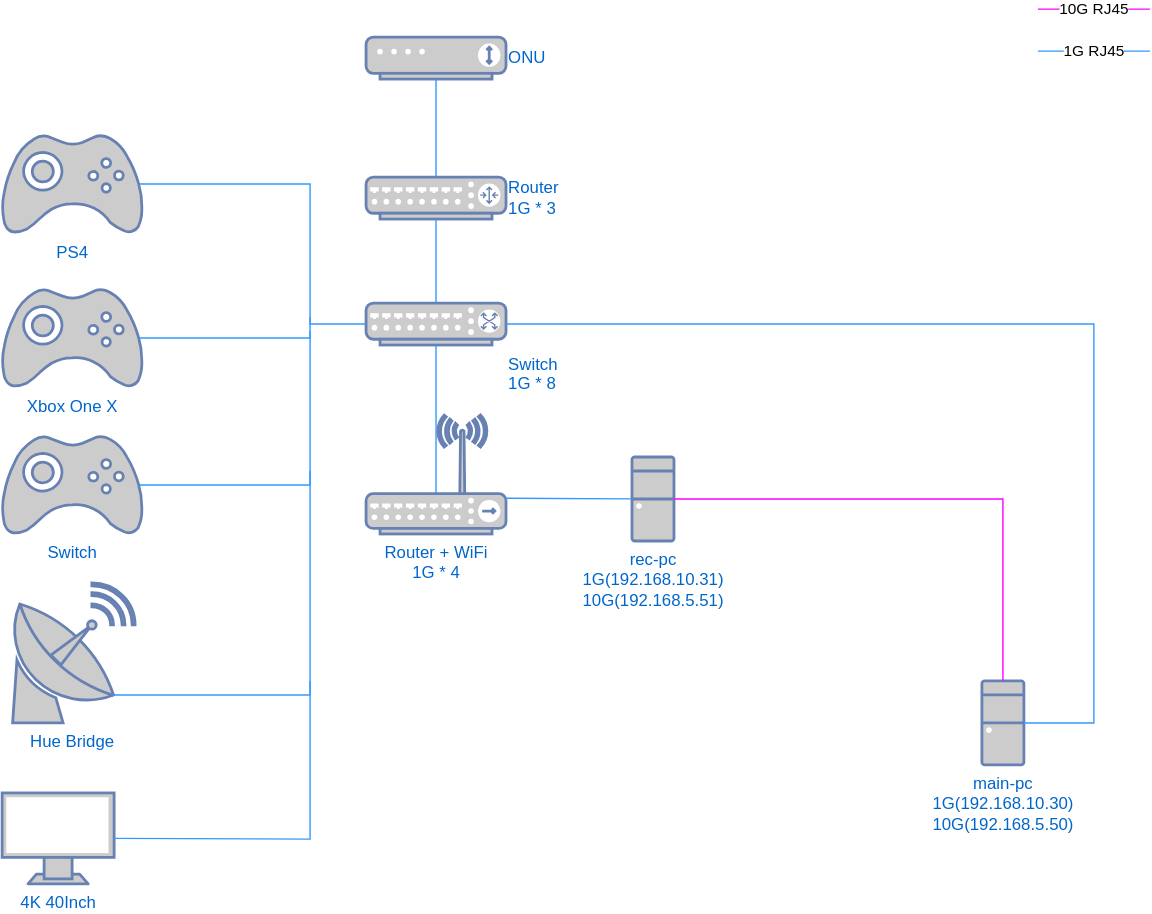
Before: network.drawio.svg, a diagram exported from draw.io (MeilCli/device-diagram). Source tidied: cells renumbered, new cells last; positions are measured from the earlier drawing's top-left corner, leaving out a move shared by most shapes. The source it was exported from:
```xml
<mxGraphModel>
  <root>
    <mxCell id="0" />
    <mxCell id="1" parent="0" />
    <mxCell id="2" value="main-pc&lt;br&gt;1G(192.168.10.30)&lt;br&gt;10G(192.168.5.50)" style="fontColor=#0066CC;verticalAlign=top;verticalLabelPosition=bottom;labelPosition=center;align=center;html=1;outlineConnect=0;fillColor=#CCCCCC;strokeColor=#6881B3;gradientColor=none;gradientDirection=north;strokeWidth=2;shape=mxgraph.networks.desktop_pc;" parent="1" vertex="1">
      <mxGeometry x="700" y="480" width="30" height="60" as="geometry" />
    </mxCell>
    <mxCell id="3" value="rec-pc&lt;br&gt;1G(192.168.10.31)&lt;br&gt;10G(192.168.5.51)" style="fontColor=#0066CC;verticalAlign=top;verticalLabelPosition=bottom;labelPosition=center;align=center;html=1;outlineConnect=0;fillColor=#CCCCCC;strokeColor=#6881B3;gradientColor=none;gradientDirection=north;strokeWidth=2;shape=mxgraph.networks.desktop_pc;" parent="1" vertex="1">
      <mxGeometry x="450" y="320" width="30" height="60" as="geometry" />
    </mxCell>
    <mxCell id="4" style="endArrow=none;html=1;strokeColor=#FF00FF;exitX=0.5;exitY=0;exitDx=0;exitDy=0;exitPerimeter=0;rounded=0;" parent="1" edge="1" source="2" target="3">
      <mxGeometry relative="1" as="geometry">
        <Array as="points">
          <mxPoint x="715" y="350" />
        </Array>
      </mxGeometry>
    </mxCell>
    <mxCell id="5" value="ONU" style="fontColor=#0066CC;verticalAlign=middle;verticalLabelPosition=middle;labelPosition=right;align=left;html=1;outlineConnect=0;fillColor=#CCCCCC;strokeColor=#6881B3;gradientColor=none;gradientDirection=north;strokeWidth=2;shape=mxgraph.networks.modem;" parent="1" vertex="1">
      <mxGeometry x="260" y="20" width="100" height="30" as="geometry" />
    </mxCell>
    <mxCell id="6" value="Router&lt;br&gt;1G * 3" style="fontColor=#0066CC;verticalAlign=middle;verticalLabelPosition=middle;labelPosition=right;align=left;html=1;outlineConnect=0;fillColor=#CCCCCC;strokeColor=#6881B3;gradientColor=none;gradientDirection=north;strokeWidth=2;shape=mxgraph.networks.router;" parent="1" vertex="1">
      <mxGeometry x="260" y="120" width="100" height="30" as="geometry" />
    </mxCell>
    <mxCell id="7" value="Switch&lt;br&gt;1G * 8" style="fontColor=#0066CC;verticalAlign=top;verticalLabelPosition=bottom;labelPosition=right;align=left;html=1;outlineConnect=0;fillColor=#CCCCCC;strokeColor=#6881B3;gradientColor=none;gradientDirection=north;strokeWidth=2;shape=mxgraph.networks.switch;" parent="1" vertex="1">
      <mxGeometry x="260" y="210" width="100" height="30" as="geometry" />
    </mxCell>
    <mxCell id="8" style="endArrow=none;html=1;rounded=0;strokeColor=#3399FF;" parent="1" edge="1" source="6" target="5">
      <mxGeometry relative="1" as="geometry" />
    </mxCell>
    <mxCell id="9" style="endArrow=none;html=1;rounded=0;strokeColor=#3399FF;exitX=0.5;exitY=1;exitDx=0;exitDy=0;exitPerimeter=0;entryX=0.5;entryY=0;entryDx=0;entryDy=0;entryPerimeter=0;" parent="1" edge="1" source="6" target="7">
      <mxGeometry relative="1" as="geometry" />
    </mxCell>
    <mxCell id="10" style="endArrow=none;html=1;rounded=0;strokeColor=#3399FF;entryX=0.5;entryY=1;entryDx=0;entryDy=0;entryPerimeter=0;exitX=0.5;exitY=1;exitDx=0;exitDy=0;exitPerimeter=0;" parent="1" edge="1" source="11" target="7">
      <mxGeometry relative="1" as="geometry" />
    </mxCell>
    <mxCell id="11" value="Router + WiFi&lt;br&gt;1G * 4" style="fontColor=#0066CC;verticalAlign=top;verticalLabelPosition=bottom;labelPosition=center;align=center;html=1;outlineConnect=0;fillColor=#CCCCCC;strokeColor=#6881B3;gradientColor=none;gradientDirection=north;strokeWidth=2;shape=mxgraph.networks.wireless_hub;" parent="1" vertex="1">
      <mxGeometry x="260" y="290" width="100" height="85" as="geometry" />
    </mxCell>
    <mxCell id="12" style="endArrow=none;html=1;rounded=0;strokeColor=#3399FF;exitX=1;exitY=0.7;exitDx=0;exitDy=0;exitPerimeter=0;" parent="1" edge="1" source="11" target="3">
      <mxGeometry relative="1" as="geometry" />
    </mxCell>
    <mxCell id="13" value="10G RJ45" style="endArrow=none;html=1;rounded=0;strokeColor=#FF00FF;" parent="1" edge="1">
      <mxGeometry relative="1" as="geometry">
        <mxPoint x="740" as="sourcePoint" />
        <mxPoint x="820" as="targetPoint" />
      </mxGeometry>
    </mxCell>
    <mxCell id="14" value="1G RJ45" style="endArrow=none;html=1;rounded=0;strokeColor=#3399FF;" parent="1" edge="1">
      <mxGeometry relative="1" as="geometry">
        <mxPoint x="740" y="30" as="sourcePoint" />
        <mxPoint x="820" y="30" as="targetPoint" />
      </mxGeometry>
    </mxCell>
    <mxCell id="15" style="endArrow=none;html=1;rounded=0;strokeColor=#3399FF;entryX=1;entryY=0.5;entryDx=0;entryDy=0;entryPerimeter=0;exitX=1;exitY=0.5;exitDx=0;exitDy=0;exitPerimeter=0;" parent="1" edge="1" source="2" target="7">
      <mxGeometry relative="1" as="geometry">
        <Array as="points">
          <mxPoint x="780" y="510" />
          <mxPoint x="780" y="225" />
        </Array>
      </mxGeometry>
    </mxCell>
    <mxCell id="16" value="PS4" style="fontColor=#0066CC;verticalAlign=top;verticalLabelPosition=bottom;labelPosition=center;align=center;html=1;outlineConnect=0;fillColor=#CCCCCC;strokeColor=#6881B3;gradientColor=none;gradientDirection=north;strokeWidth=2;shape=mxgraph.networks.gamepad;" parent="1" vertex="1">
      <mxGeometry y="90" width="100" height="70" as="geometry" />
    </mxCell>
    <mxCell id="17" value="Xbox One X" style="fontColor=#0066CC;verticalAlign=top;verticalLabelPosition=bottom;labelPosition=center;align=center;html=1;outlineConnect=0;fillColor=#CCCCCC;strokeColor=#6881B3;gradientColor=none;gradientDirection=north;strokeWidth=2;shape=mxgraph.networks.gamepad;" parent="1" vertex="1">
      <mxGeometry y="200" width="100" height="70" as="geometry" />
    </mxCell>
    <mxCell id="18" value="Switch" style="fontColor=#0066CC;verticalAlign=top;verticalLabelPosition=bottom;labelPosition=center;align=center;html=1;outlineConnect=0;fillColor=#CCCCCC;strokeColor=#6881B3;gradientColor=none;gradientDirection=north;strokeWidth=2;shape=mxgraph.networks.gamepad;" parent="1" vertex="1">
      <mxGeometry y="305" width="100" height="70" as="geometry" />
    </mxCell>
    <mxCell id="19" style="endArrow=none;html=1;rounded=0;strokeColor=#3399FF;entryX=0.98;entryY=0.5;entryDx=0;entryDy=0;entryPerimeter=0;exitX=0;exitY=0.5;exitDx=0;exitDy=0;exitPerimeter=0;" parent="1" edge="1" source="7" target="16">
      <mxGeometry relative="1" as="geometry">
        <Array as="points">
          <mxPoint x="220" y="225" />
          <mxPoint x="220" y="125" />
        </Array>
      </mxGeometry>
    </mxCell>
    <mxCell id="20" style="endArrow=none;html=1;rounded=0;strokeColor=#3399FF;exitX=0.98;exitY=0.5;exitDx=0;exitDy=0;exitPerimeter=0;" parent="1" edge="1" source="17">
      <mxGeometry relative="1" as="geometry">
        <mxPoint x="220" y="220" as="targetPoint" />
        <Array as="points">
          <mxPoint x="220" y="235" />
        </Array>
      </mxGeometry>
    </mxCell>
    <mxCell id="21" style="endArrow=none;html=1;rounded=0;strokeColor=#3399FF;exitX=0.98;exitY=0.5;exitDx=0;exitDy=0;exitPerimeter=0;" parent="1" edge="1" source="18">
      <mxGeometry relative="1" as="geometry">
        <mxPoint x="220" y="230" as="targetPoint" />
        <Array as="points">
          <mxPoint x="220" y="340" />
        </Array>
      </mxGeometry>
    </mxCell>
    <mxCell id="22" value="Hue Bridge" style="fontColor=#0066CC;verticalAlign=top;verticalLabelPosition=bottom;labelPosition=center;align=center;html=1;outlineConnect=0;fillColor=#CCCCCC;strokeColor=#6881B3;gradientColor=none;gradientDirection=north;strokeWidth=2;shape=mxgraph.networks.satellite_dish;" parent="1" vertex="1">
      <mxGeometry x="5" y="410" width="90" height="100" as="geometry" />
    </mxCell>
    <mxCell id="23" style="endArrow=none;html=1;rounded=0;strokeColor=#3399FF;exitX=0.83;exitY=0.8;exitDx=0;exitDy=0;exitPerimeter=0;" parent="1" edge="1" source="22">
      <mxGeometry relative="1" as="geometry">
        <mxPoint x="220" y="330" as="targetPoint" />
        <Array as="points">
          <mxPoint x="220" y="490" />
        </Array>
      </mxGeometry>
    </mxCell>
    <mxCell id="24" value="4K 40Inch" style="fontColor=#0066CC;verticalAlign=top;verticalLabelPosition=bottom;labelPosition=center;align=center;html=1;outlineConnect=0;fillColor=#CCCCCC;strokeColor=#6881B3;gradientColor=none;gradientDirection=north;strokeWidth=2;shape=mxgraph.networks.monitor;" parent="1" vertex="1">
      <mxGeometry y="560" width="80" height="65" as="geometry" />
    </mxCell>
    <mxCell id="25" style="endArrow=none;html=1;rounded=0;strokeColor=#3399FF;exitX=1;exitY=0.5;exitDx=0;exitDy=0;exitPerimeter=0;" parent="1" edge="1" source="24">
      <mxGeometry relative="1" as="geometry">
        <mxPoint x="220" y="480" as="targetPoint" />
        <Array as="points">
          <mxPoint x="220" y="593" />
        </Array>
      </mxGeometry>
    </mxCell>
  </root>
</mxGraphModel>
```
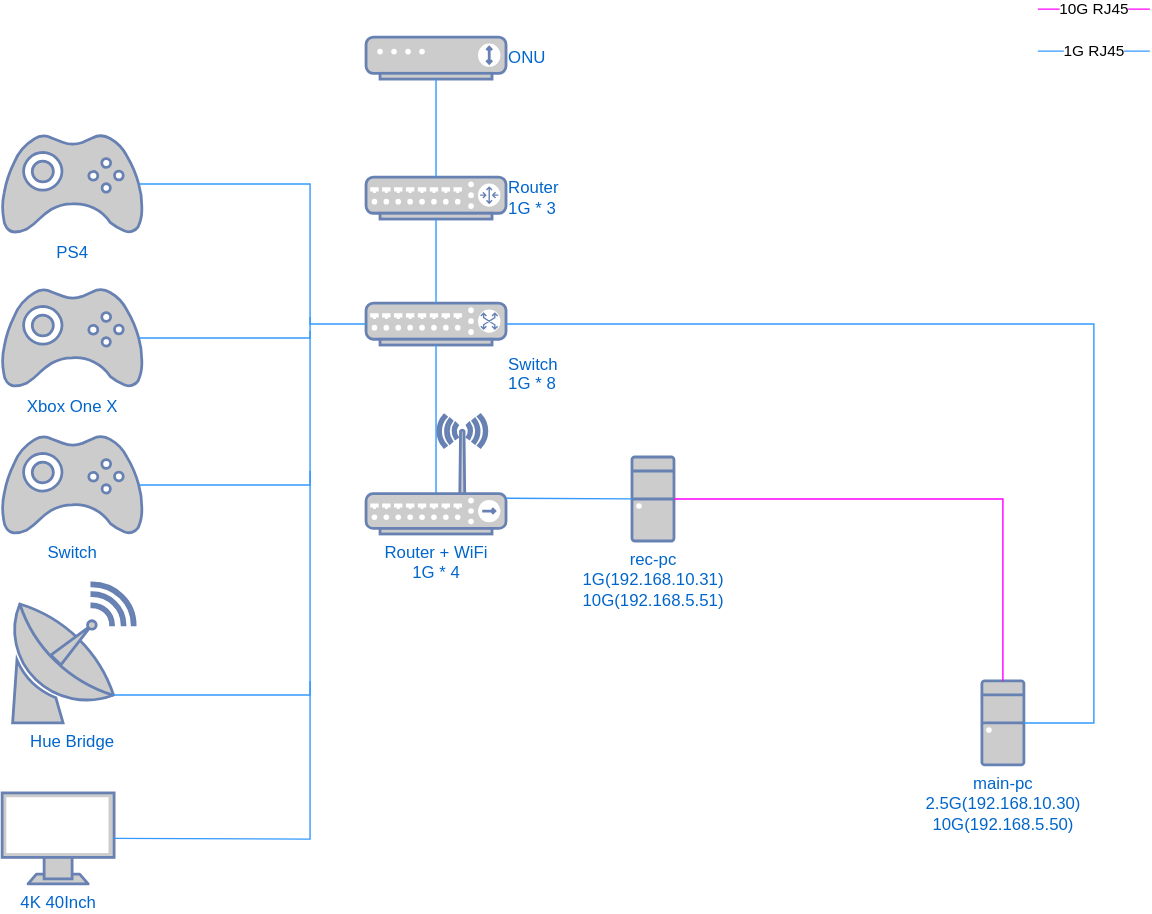
Above is the later version.

Commit message:
fix lan card

Diff of the diagram source:
```diff
@@ -2,7 +2,7 @@
   <root>
     <mxCell id="0" />
     <mxCell id="1" parent="0" />
-    <mxCell id="2" value="main-pc&lt;br&gt;1G(192.168.10.30)&lt;br&gt;10G(192.168.5.50)" style="fontColor=#0066CC;verticalAlign=top;verticalLabelPosition=bottom;labelPosition=center;align=center;html=1;outlineConnect=0;fillColor=#CCCCCC;strokeColor=#6881B3;gradientColor=none;gradientDirection=north;strokeWidth=2;shape=mxgraph.networks.desktop_pc;" parent="1" vertex="1">
+    <mxCell id="2" value="main-pc&lt;br&gt;2.5G(192.168.10.30)&lt;br&gt;10G(192.168.5.50)" style="fontColor=#0066CC;verticalAlign=top;verticalLabelPosition=bottom;labelPosition=center;align=center;html=1;outlineConnect=0;fillColor=#CCCCCC;strokeColor=#6881B3;gradientColor=none;gradientDirection=north;strokeWidth=2;shape=mxgraph.networks.desktop_pc;" parent="1" vertex="1">
       <mxGeometry x="700" y="480" width="30" height="60" as="geometry" />
     </mxCell>
     <mxCell id="3" value="rec-pc&lt;br&gt;1G(192.168.10.31)&lt;br&gt;10G(192.168.5.51)" style="fontColor=#0066CC;verticalAlign=top;verticalLabelPosition=bottom;labelPosition=center;align=center;html=1;outlineConnect=0;fillColor=#CCCCCC;strokeColor=#6881B3;gradientColor=none;gradientDirection=north;strokeWidth=2;shape=mxgraph.networks.desktop_pc;" parent="1" vertex="1">
```
